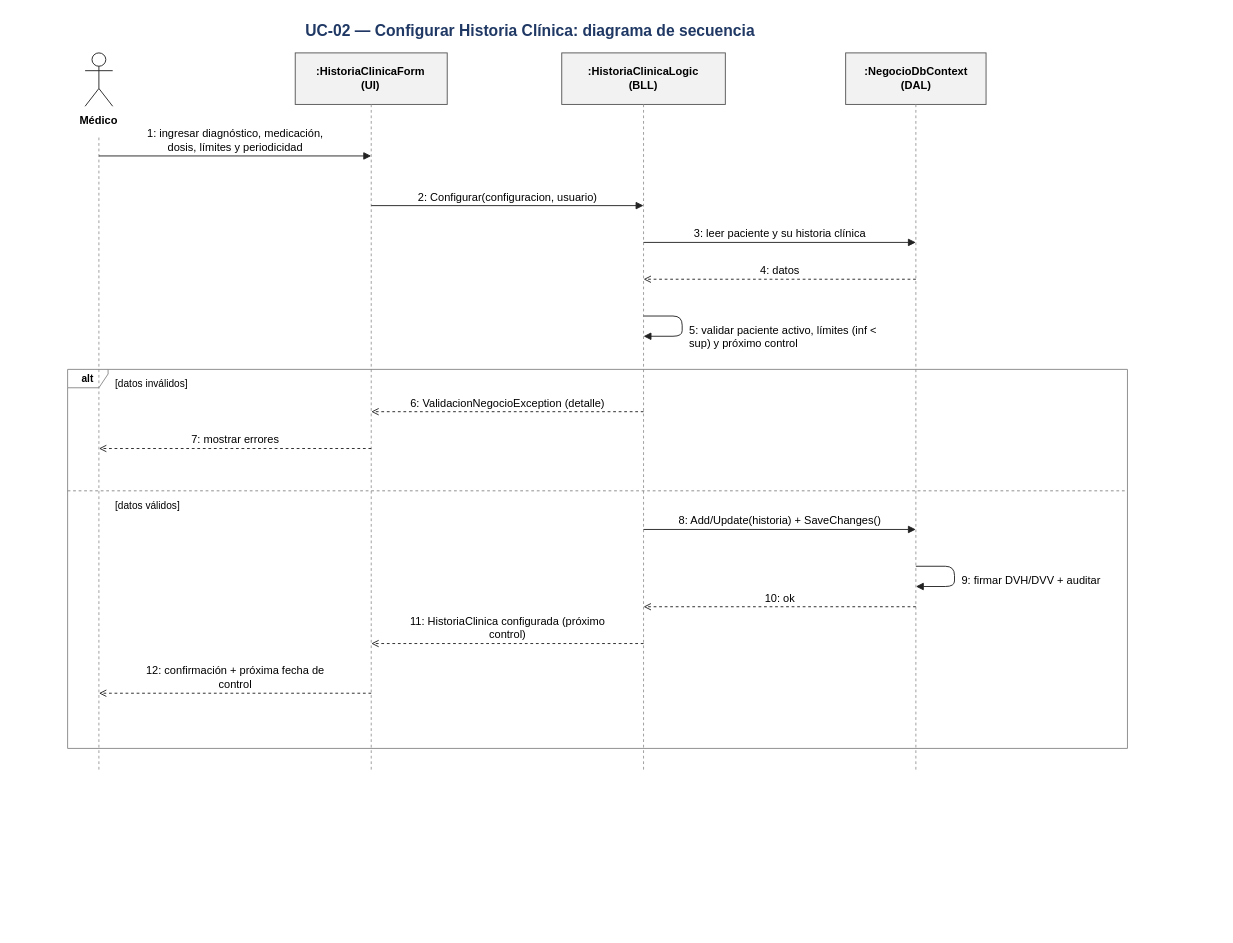
This is Diagramas/UC-02/UC-02 - Secuencia.drawio from DanteSchlogl/OpenRIN-corregido, a draw.io file, before an edit. Source tidied: cells renumbered, new cells numbered last; positions are measured from the earlier drawing's top-left corner, leaving out a move shared by most shapes. Both pictures are drawn from the tidied source at 92%, with x=0, y=0 at pixel (16, 16).
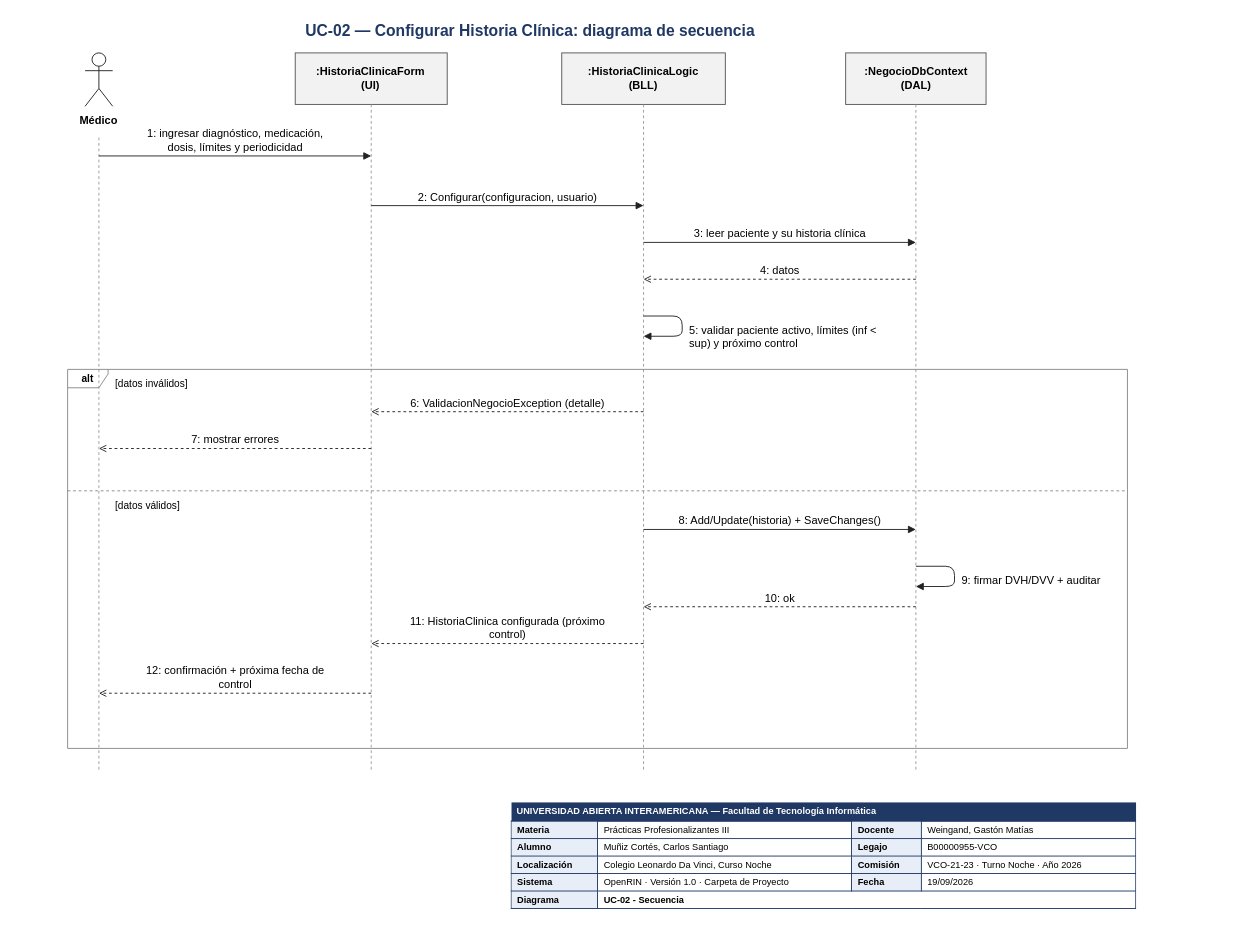
The same diagram, later.

Diff of the diagram source:
```diff
@@
+    <mxCell id="30" value="&lt;table style=&quot;border-collapse:collapse;font-family:Arial;font-size:10px;width:680px;table-layout:auto;&quot;&gt;&lt;tr&gt;&lt;td colspan=&quot;4&quot; style=&quot;background:#1F3864;color:#FFFFFF;font-weight:bold;padding:4px 6px;&quot;&gt;UNIVERSIDAD ABIERTA INTERAMERICANA — Facultad de Tecnología Informática&lt;/td&gt;&lt;/tr&gt;&lt;tr&gt;&lt;td style=&quot;border:1px solid #1F3864;padding:3px 6px;font-weight:bold;background:#E8EEF8;white-space:nowrap;&quot;&gt;Materia&lt;/td&gt;&lt;td style=&quot;border:1px solid #1F3864;padding:3px 6px;&quot;&gt;Prácticas Profesionalizantes III&lt;/td&gt;&lt;td style=&quot;border:1px solid #1F3864;padding:3px 6px;font-weight:bold;background:#E8EEF8;white-space:nowrap;&quot;&gt;Docente&lt;/td&gt;&lt;td style=&quot;border:1px solid #1F3864;padding:3px 6px;&quot;&gt;Weingand, Gastón Matías&lt;/td&gt;&lt;/tr&gt;&lt;tr&gt;&lt;td style=&quot;border:1px solid #1F3864;padding:3px 6px;font-weight:bold;background:#E8EEF8;white-space:nowrap;&quot;&gt;Alumno&lt;/td&gt;&lt;td style=&quot;border:1px solid #1F3864;padding:3px 6px;&quot;&gt;Muñiz Cortés, Carlos Santiago&lt;/td&gt;&lt;td style=&quot;border:1px solid #1F3864;padding:3px 6px;font-weight:bold;background:#E8EEF8;white-space:nowrap;&quot;&gt;Legajo&lt;/td&gt;&lt;td style=&quot;border:1px solid #1F3864;padding:3px 6px;&quot;&gt;B00000955-VCO&lt;/td&gt;&lt;/tr&gt;&lt;tr&gt;&lt;td style=&quot;border:1px solid #1F3864;padding:3px 6px;font-weight:bold;background:#E8EEF8;white-space:nowrap;&quot;&gt;Localización&lt;/td&gt;&lt;td style=&quot;border:1px solid #1F3864;padding:3px 6px;&quot;&gt;Colegio Leonardo Da Vinci, Curso Noche&lt;/td&gt;&lt;td style=&quot;border:1px solid #1F3864;padding:3px 6px;font-weight:bold;background:#E8EEF8;white-space:nowrap;&quot;&gt;Comisión&lt;/td&gt;&lt;td style=&quot;border:1px solid #1F3864;padding:3px 6px;&quot;&gt;VCO-21-23 · Turno Noche · Año 2026&lt;/td&gt;&lt;/tr&gt;&lt;tr&gt;&lt;td style=&quot;border:1px solid #1F3864;padding:3px 6px;font-weight:bold;background:#E8EEF8;white-space:nowrap;&quot;&gt;Sistema&lt;/td&gt;&lt;td style=&quot;border:1px solid #1F3864;padding:3px 6px;&quot;&gt;OpenRIN · Versión 1.0 · Carpeta de Proyecto&lt;/td&gt;&lt;td style=&quot;border:1px solid #1F3864;padding:3px 6px;font-weight:bold;background:#E8EEF8;white-space:nowrap;&quot;&gt;Fecha&lt;/td&gt;&lt;td style=&quot;border:1px solid #1F3864;padding:3px 6px;&quot;&gt;19/09/2026&lt;/td&gt;&lt;/tr&gt;&lt;tr&gt;&lt;td style=&quot;border:1px solid #1F3864;padding:3px 6px;font-weight:bold;background:#E8EEF8;white-space:nowrap;&quot;&gt;Diagrama&lt;/td&gt;&lt;td colspan=&quot;3&quot; style=&quot;border:1px solid #1F3864;padding:3px 6px;font-weight:bold;&quot;&gt;UC-02 - Secuencia&lt;/td&gt;&lt;/tr&gt;&lt;/table&gt;" style="html=1;whiteSpace=wrap;overflow=hidden;align=left;verticalAlign=top;fillColor=#FFFFFF;strokeColor=none;spacing=0;" parent="1" vertex="1">
+      <mxGeometry x="538" y="850" width="680" height="136" as="geometry" />
+    </mxCell>
```
